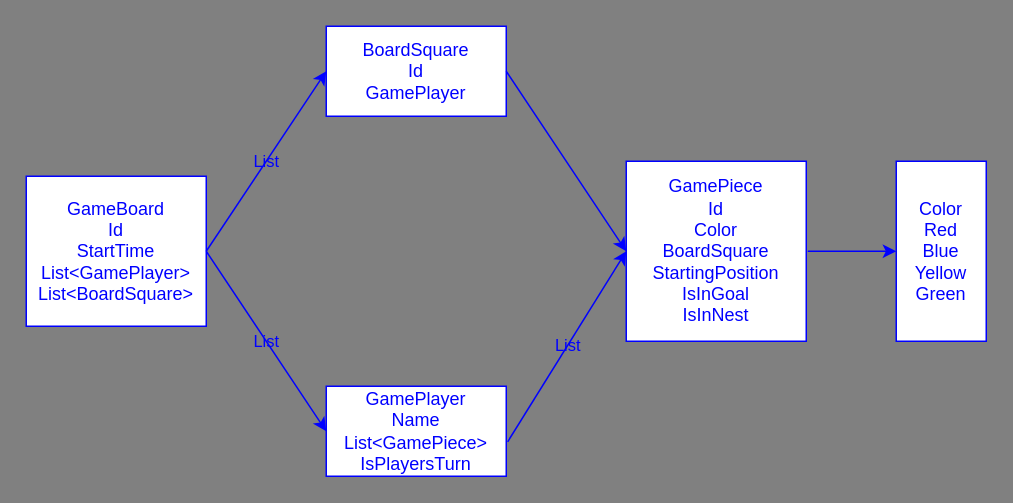
The draw.io diagram Docs/DatabaseStructure/DatabaseStructure.drawio in PGBSNH20/ludo-v2-g6, before the edit. Source tidied: cells renumbered, new cells numbered last; positions are measured from the earlier drawing's top-left corner, leaving out a move shared by most shapes. Both pictures are drawn from the tidied source at 150%, with x=0, y=0 at pixel (26, 26).
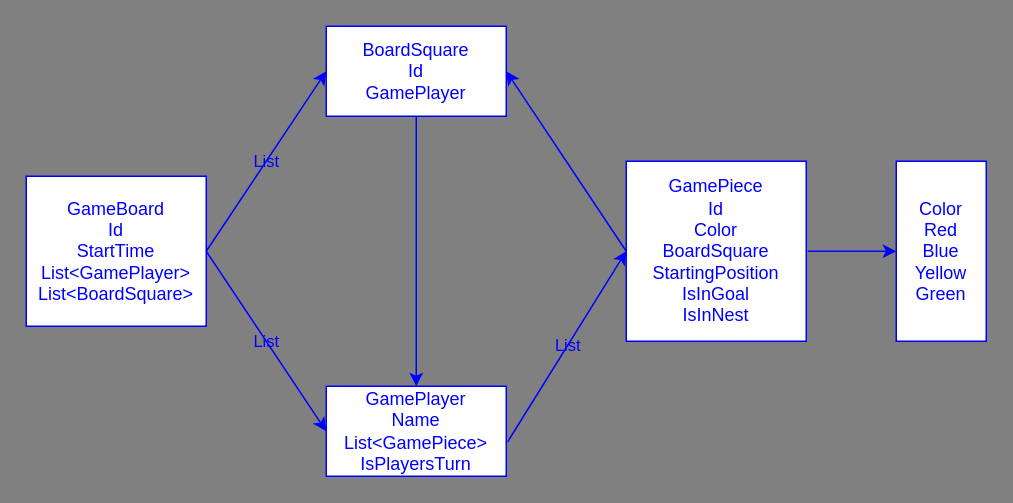
Above is the later version.

Change to the diagram source:
```diff
@@
 <mxGraphModel background="#808080">
   <root>
     <mxCell id="0" />
     <mxCell id="1" parent="0" />
     <mxCell id="2" value="GameBoard&lt;br&gt;Id&lt;br&gt;StartTime&lt;br&gt;List&amp;lt;GamePlayer&amp;gt;&lt;br&gt;List&amp;lt;BoardSquare&amp;gt;" style="rounded=0;whiteSpace=wrap;html=1;direction=south;strokeColor=#0000FF;fontColor=#0000FF;labelBackgroundColor=none;fillColor=#FFFFFF;" parent="1" vertex="1">
       <mxGeometry y="100" width="120" height="100" as="geometry" />
     </mxCell>
     <mxCell id="3" value="BoardSquare&lt;br&gt;Id&lt;br&gt;GamePlayer" style="rounded=0;whiteSpace=wrap;html=1;strokeColor=#0000FF;fontColor=#0000FF;labelBackgroundColor=none;fillColor=#FFFFFF;" parent="1" vertex="1">
       <mxGeometry x="200" width="120" height="60" as="geometry" />
     </mxCell>
     <mxCell id="4" value="GamePlayer&lt;br&gt;Name&lt;br&gt;List&amp;lt;GamePiece&amp;gt;&lt;br&gt;IsPlayersTurn" style="rounded=0;whiteSpace=wrap;html=1;strokeColor=#0000FF;fontColor=#0000FF;labelBackgroundColor=none;fillColor=#FFFFFF;" parent="1" vertex="1">
       <mxGeometry x="200" y="240" width="120" height="60" as="geometry" />
     </mxCell>
     <mxCell id="5" value="GamePiece&lt;br&gt;Id&lt;br&gt;Color&lt;br&gt;BoardSquare&lt;br&gt;StartingPosition&lt;br&gt;IsInGoal&lt;br&gt;IsInNest" style="rounded=0;whiteSpace=wrap;html=1;strokeColor=#0000FF;fontColor=#0000FF;labelBackgroundColor=none;fillColor=#FFFFFF;" parent="1" vertex="1">
       <mxGeometry x="400" y="90" width="120" height="120" as="geometry" />
     </mxCell>
     <mxCell id="6" value="Color&lt;br&gt;Red&lt;br&gt;Blue&lt;br&gt;Yellow&lt;br&gt;Green" style="rounded=0;whiteSpace=wrap;html=1;direction=south;strokeColor=#0000FF;fontColor=#0000FF;labelBackgroundColor=none;fillColor=#FFFFFF;" parent="1" vertex="1">
       <mxGeometry x="580" y="90" width="60" height="120" as="geometry" />
     </mxCell>
     <mxCell id="7" value="List" style="endArrow=classic;html=1;entryX=0;entryY=0.5;entryDx=0;entryDy=0;exitX=0.5;exitY=0;exitDx=0;exitDy=0;strokeColor=#0000FF;fontColor=#0000FF;labelBackgroundColor=none;" parent="1" edge="1" source="2" target="3">
       <mxGeometry relative="1" as="geometry" />
     </mxCell>
     <mxCell id="8" value="List" style="endArrow=classic;html=1;entryX=0;entryY=0.5;entryDx=0;entryDy=0;exitX=0.5;exitY=0;exitDx=0;exitDy=0;strokeColor=#0000FF;fontColor=#0000FF;labelBackgroundColor=none;" parent="1" edge="1" source="2" target="4">
       <mxGeometry relative="1" as="geometry" />
     </mxCell>
     <mxCell id="9" value="List" style="endArrow=classic;html=1;exitX=1.008;exitY=0.617;exitDx=0;exitDy=0;exitPerimeter=0;entryX=0;entryY=0.5;entryDx=0;entryDy=0;strokeColor=#0000FF;fontColor=#0000FF;labelBackgroundColor=none;" parent="1" edge="1" source="4" target="5">
       <mxGeometry relative="1" as="geometry" />
     </mxCell>
-    <mxCell id="10" style="endArrow=classic;html=1;exitX=1;exitY=0.5;exitDx=0;exitDy=0;entryX=0;entryY=0.5;entryDx=0;entryDy=0;strokeColor=#0000FF;" parent="1" edge="1" source="3" target="5">
+    <mxCell id="10" style="endArrow=classic;html=1;entryX=1;entryY=0.5;entryDx=0;entryDy=0;strokeColor=#0000FF;exitX=0;exitY=0.5;exitDx=0;exitDy=0;" parent="1" edge="1" source="5" target="3">
       <mxGeometry relative="1" as="geometry" />
     </mxCell>
     <mxCell id="11" style="endArrow=classic;html=1;entryX=0.5;entryY=1;entryDx=0;entryDy=0;strokeColor=#0000FF;" parent="1" edge="1" target="6">
       <mxGeometry relative="1" as="geometry">
         <mxPoint x="521" y="150" as="sourcePoint" />
       </mxGeometry>
     </mxCell>
+    <mxCell id="12" style="endArrow=classic;html=1;exitX=0.5;exitY=1;exitDx=0;exitDy=0;entryX=0.5;entryY=0;entryDx=0;entryDy=0;strokeColor=#0000FF;" parent="1" edge="1" source="3" target="4">
+      <mxGeometry relative="1" as="geometry" />
+    </mxCell>
   </root>
 </mxGraphModel>
```
